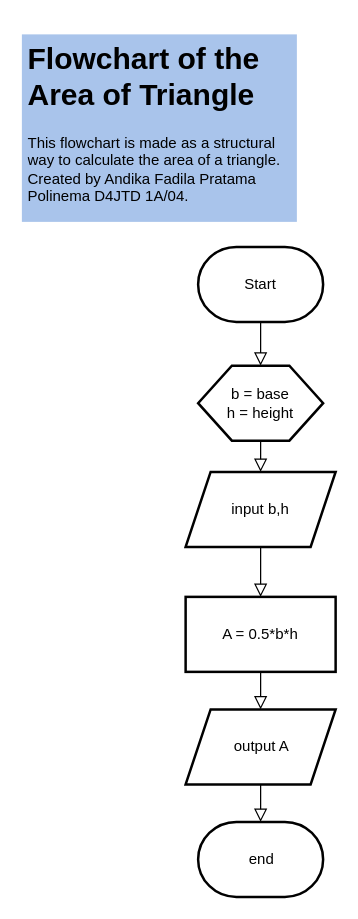
Earlier version of the draw.io diagram Flowchart of Area of Triangle.drawio (troders34/troders34). Source tidied: cells renumbered, new cells numbered last; positions are measured from the earlier drawing's top-left corner, leaving out a move shared by most shapes. Both pictures are drawn from the tidied source at 125%, with x=0, y=0 at pixel (21, 34).
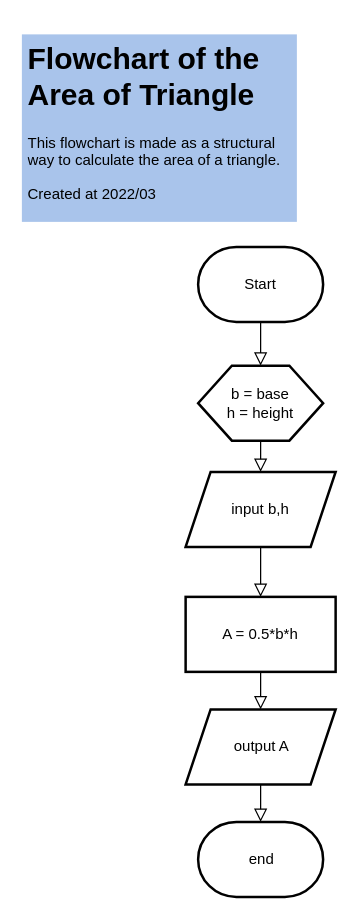
Above is the later version.

The edit, as a diff of the source:
```diff
@@
 <mxGraphModel>
   <root>
     <mxCell id="0" />
     <mxCell id="1" parent="0" />
     <mxCell id="2" style="shape=parallelogram;perimeter=parallelogramPerimeter;whiteSpace=wrap;html=1;fixedSize=1;strokeWidth=2;" parent="1" vertex="1">
       <mxGeometry x="131" y="350" width="120" height="60" as="geometry" />
     </mxCell>
     <mxCell id="3" style="strokeWidth=2;html=1;shape=mxgraph.flowchart.terminator;whiteSpace=wrap;" parent="1" vertex="1">
       <mxGeometry x="141" y="170" width="100" height="60" as="geometry" />
     </mxCell>
     <mxCell id="4" value="Start" style="text;html=1;strokeColor=none;fillColor=none;align=center;verticalAlign=middle;whiteSpace=wrap;rounded=0;" parent="1" vertex="1">
       <mxGeometry x="160.5" y="185" width="60" height="30" as="geometry" />
     </mxCell>
     <mxCell id="5" style="verticalLabelPosition=bottom;verticalAlign=top;html=1;shape=hexagon;perimeter=hexagonPerimeter2;arcSize=6;size=0.27;strokeWidth=2;" parent="1" vertex="1">
       <mxGeometry x="141" y="265" width="100" height="60" as="geometry" />
     </mxCell>
     <mxCell id="6" style="rounded=0;html=1;jettySize=auto;fontSize=11;endArrow=block;endFill=0;endSize=8;strokeWidth=1;shadow=0;labelBackgroundColor=none;edgeStyle=orthogonalEdgeStyle;exitX=0.5;exitY=1;exitDx=0;exitDy=0;exitPerimeter=0;entryX=0.5;entryY=0;entryDx=0;entryDy=0;" parent="1" edge="1" source="3" target="5">
       <mxGeometry relative="1" as="geometry" />
     </mxCell>
     <mxCell id="7" value="input b,h" style="text;html=1;strokeColor=none;fillColor=none;align=center;verticalAlign=middle;whiteSpace=wrap;rounded=0;" parent="1" vertex="1">
       <mxGeometry x="161" y="365" width="60" height="30" as="geometry" />
     </mxCell>
     <mxCell id="8" value="b = base&lt;br&gt;h = height" style="text;html=1;strokeColor=none;fillColor=none;align=center;verticalAlign=middle;whiteSpace=wrap;rounded=0;" parent="1" vertex="1">
       <mxGeometry x="160.5" y="280" width="60" height="30" as="geometry" />
     </mxCell>
     <mxCell id="9" style="rounded=0;whiteSpace=wrap;html=1;strokeWidth=2;" parent="1" vertex="1">
       <mxGeometry x="131" y="450" width="120" height="60" as="geometry" />
     </mxCell>
     <mxCell id="10" value="A = 0.5*b*h" style="text;html=1;strokeColor=none;fillColor=none;align=center;verticalAlign=middle;whiteSpace=wrap;rounded=0;" parent="1" vertex="1">
       <mxGeometry x="151" y="465" width="80" height="30" as="geometry" />
     </mxCell>
     <mxCell id="11" style="rounded=0;html=1;jettySize=auto;fontSize=11;endArrow=block;endFill=0;endSize=8;strokeWidth=1;shadow=0;labelBackgroundColor=none;edgeStyle=orthogonalEdgeStyle;exitX=0.5;exitY=1;exitDx=0;exitDy=0;entryX=0.5;entryY=0;entryDx=0;entryDy=0;" parent="1" edge="1" source="5" target="2">
       <mxGeometry relative="1" as="geometry" />
     </mxCell>
     <mxCell id="12" style="rounded=0;html=1;jettySize=auto;fontSize=11;endArrow=block;endFill=0;endSize=8;strokeWidth=1;shadow=0;labelBackgroundColor=none;edgeStyle=orthogonalEdgeStyle;exitX=0.5;exitY=1;exitDx=0;exitDy=0;entryX=0.5;entryY=0;entryDx=0;entryDy=0;" parent="1" edge="1" source="2" target="9">
       <mxGeometry relative="1" as="geometry" />
     </mxCell>
     <mxCell id="13" style="rounded=0;html=1;jettySize=auto;fontSize=11;endArrow=block;endFill=0;endSize=8;strokeWidth=1;shadow=0;labelBackgroundColor=none;edgeStyle=orthogonalEdgeStyle;exitX=0.5;exitY=1;exitDx=0;exitDy=0;entryX=0.5;entryY=0;entryDx=0;entryDy=0;" parent="1" edge="1" source="9" target="14">
       <mxGeometry relative="1" as="geometry" />
     </mxCell>
     <mxCell id="14" style="shape=parallelogram;perimeter=parallelogramPerimeter;whiteSpace=wrap;html=1;fixedSize=1;strokeWidth=2;" parent="1" vertex="1">
       <mxGeometry x="131" y="540" width="120" height="60" as="geometry" />
     </mxCell>
     <mxCell id="15" value="output A" style="text;html=1;strokeColor=none;fillColor=none;align=center;verticalAlign=middle;whiteSpace=wrap;rounded=0;" parent="1" vertex="1">
       <mxGeometry x="151.5" y="555" width="80" height="30" as="geometry" />
     </mxCell>
     <mxCell id="16" style="strokeWidth=2;html=1;shape=mxgraph.flowchart.terminator;whiteSpace=wrap;" parent="1" vertex="1">
       <mxGeometry x="141" y="630" width="100" height="60" as="geometry" />
     </mxCell>
     <mxCell id="17" style="rounded=0;html=1;jettySize=auto;fontSize=11;endArrow=block;endFill=0;endSize=8;strokeWidth=1;shadow=0;labelBackgroundColor=none;edgeStyle=orthogonalEdgeStyle;exitX=0.5;exitY=1;exitDx=0;exitDy=0;entryX=0.5;entryY=0;entryDx=0;entryDy=0;entryPerimeter=0;" parent="1" edge="1" source="14" target="16">
       <mxGeometry relative="1" as="geometry" />
     </mxCell>
     <mxCell id="18" value="end" style="text;html=1;strokeColor=none;fillColor=none;align=center;verticalAlign=middle;whiteSpace=wrap;rounded=0;" parent="1" vertex="1">
       <mxGeometry x="152" y="645" width="80" height="30" as="geometry" />
     </mxCell>
-    <mxCell id="19" value="&lt;h1&gt;Flowchart of the Area of Triangle&lt;br&gt;&lt;/h1&gt;&lt;p align=&quot;left&quot;&gt;This flowchart is made as a structural way to calculate the area of a triangle. Created by Andika Fadila Pratama Polinema D4JTD 1A/04.&lt;/p&gt;" style="text;html=1;strokeColor=none;fillColor=#A9C4EB;spacing=5;spacingTop=-20;whiteSpace=wrap;overflow=hidden;rounded=0;" parent="1" vertex="1">
+    <mxCell id="19" value="&lt;h1&gt;Flowchart of the Area of Triangle&lt;br&gt;&lt;/h1&gt;&lt;p align=&quot;left&quot;&gt;This flowchart is made as a structural way to calculate the area of a triangle. &lt;br&gt;&lt;/p&gt;&lt;p align=&quot;left&quot;&gt;Created at 2022/03&lt;br&gt;&lt;/p&gt;" style="text;html=1;strokeColor=none;fillColor=#A9C4EB;spacing=5;spacingTop=-20;whiteSpace=wrap;overflow=hidden;rounded=0;" parent="1" vertex="1">
       <mxGeometry width="220" height="150" as="geometry" />
     </mxCell>
   </root>
 </mxGraphModel>
```
